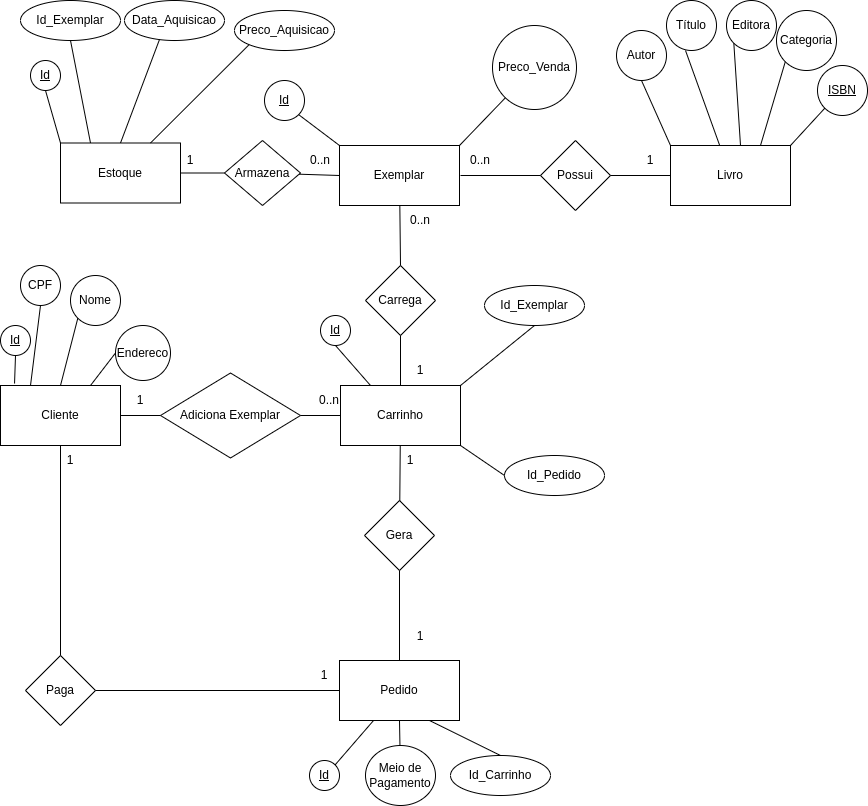
matheusreis041987/LivrariaLdwBackEnd keeps this draw.io diagram as docs/modelo_entidade_relacionamento/DER Livraria LDW.png. Above is the earlier version. Source tidied: cells renumbered, new cells last; positions are measured from the earlier drawing's top-left corner, leaving out a move shared by most shapes.
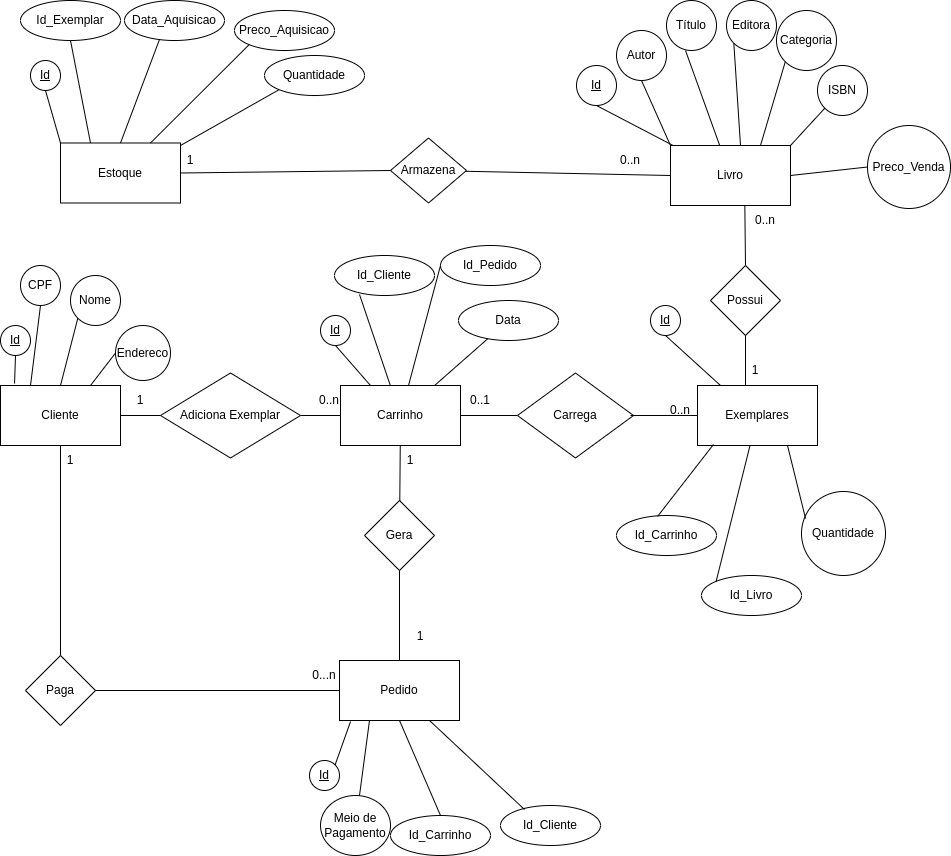
Later version of the same file.

Commit message:
der retrabalhado apos reflexoes do modelo relacional

Change to the diagram source:
```diff
@@ -2,12 +2,6 @@
   <root>
     <mxCell id="0" />
     <mxCell id="1" parent="0" />
-    <mxCell id="2" value="Exemplar" style="rounded=0;whiteSpace=wrap;html=1;" parent="1" vertex="1">
-      <mxGeometry x="339" y="145" width="120" height="60" as="geometry" />
-    </mxCell>
-    <mxCell id="3" value="&lt;u&gt;Id&lt;/u&gt;" style="ellipse;whiteSpace=wrap;html=1;" parent="1" vertex="1">
-      <mxGeometry x="264" y="80" width="40" height="40" as="geometry" />
-    </mxCell>
     <mxCell id="4" value="Autor" style="ellipse;whiteSpace=wrap;html=1;" parent="1" vertex="1">
       <mxGeometry x="616" y="30" width="50" height="50" as="geometry" />
     </mxCell>
@@ -20,9 +14,6 @@
     <mxCell id="7" value="Categoria" style="ellipse;whiteSpace=wrap;html=1;" parent="1" vertex="1">
       <mxGeometry x="776" y="10" width="60" height="60" as="geometry" />
     </mxCell>
-    <mxCell id="8" style="endArrow=none;html=1;rounded=0;entryX=1;entryY=1;entryDx=0;entryDy=0;exitX=0;exitY=0;exitDx=0;exitDy=0;" parent="1" edge="1" source="2" target="3">
-      <mxGeometry relative="1" as="geometry" />
-    </mxCell>
     <mxCell id="9" style="endArrow=none;html=1;rounded=0;entryX=0.5;entryY=1;entryDx=0;entryDy=0;exitX=0;exitY=0;exitDx=0;exitDy=0;" parent="1" edge="1" source="43" target="4">
       <mxGeometry relative="1" as="geometry" />
     </mxCell>
@@ -46,8 +37,8 @@
     <mxCell id="15" value="Cliente" style="rounded=0;whiteSpace=wrap;html=1;" parent="1" vertex="1">
       <mxGeometry y="385" width="120" height="60" as="geometry" />
     </mxCell>
-    <mxCell id="16" value="Carrega" style="rhombus;whiteSpace=wrap;html=1;" parent="1" vertex="1">
-      <mxGeometry x="365" y="265" width="70" height="70" as="geometry" />
+    <mxCell id="16" value="Possui" style="rhombus;whiteSpace=wrap;html=1;" parent="1" vertex="1">
+      <mxGeometry x="710" y="265" width="70" height="70" as="geometry" />
     </mxCell>
     <mxCell id="17" style="endArrow=none;html=1;rounded=0;entryX=0;entryY=0.5;entryDx=0;entryDy=0;" parent="1" edge="1" target="14">
       <mxGeometry relative="1" as="geometry">
@@ -59,23 +50,21 @@
         <mxPoint x="300" y="415" as="sourcePoint" />
       </mxGeometry>
     </mxCell>
-    <mxCell id="19" value="Id_Exemplar" style="ellipse;whiteSpace=wrap;html=1;" parent="1" vertex="1">
-      <mxGeometry x="484" y="285" width="100" height="40" as="geometry" />
-    </mxCell>
-    <mxCell id="20" style="endArrow=none;html=1;rounded=0;entryX=0.5;entryY=1;entryDx=0;entryDy=0;exitX=1;exitY=0;exitDx=0;exitDy=0;" parent="1" edge="1" source="13" target="19">
-      <mxGeometry relative="1" as="geometry" />
-    </mxCell>
-    <mxCell id="21" style="endArrow=none;html=1;rounded=0;exitX=0.5;exitY=0;exitDx=0;exitDy=0;entryX=0.5;entryY=1;entryDx=0;entryDy=0;" parent="1" edge="1" source="13" target="16">
-      <mxGeometry relative="1" as="geometry" />
+    <mxCell id="21" style="endArrow=none;html=1;rounded=0;exitX=0.5;exitY=0;exitDx=0;exitDy=0;entryX=0.5;entryY=1;entryDx=0;entryDy=0;" parent="1" edge="1" target="16">
+      <mxGeometry relative="1" as="geometry">
+        <mxPoint x="745" y="385" as="sourcePoint" />
+      </mxGeometry>
     </mxCell>
-    <mxCell id="22" style="endArrow=none;html=1;rounded=0;exitX=0.5;exitY=0;exitDx=0;exitDy=0;" parent="1" edge="1" source="16" target="2">
-      <mxGeometry relative="1" as="geometry" />
+    <mxCell id="22" style="endArrow=none;html=1;rounded=0;exitX=0.5;exitY=0;exitDx=0;exitDy=0;" parent="1" edge="1" source="16">
+      <mxGeometry relative="1" as="geometry">
+        <mxPoint x="744.3" y="205" as="targetPoint" />
+      </mxGeometry>
     </mxCell>
     <mxCell id="23" value="0..n" style="text;html=1;strokeColor=none;fillColor=none;align=center;verticalAlign=middle;whiteSpace=wrap;rounded=0;" parent="1" vertex="1">
-      <mxGeometry x="390" y="205" width="60" height="30" as="geometry" />
+      <mxGeometry x="735" y="205" width="60" height="30" as="geometry" />
     </mxCell>
     <mxCell id="24" value="1" style="text;html=1;strokeColor=none;fillColor=none;align=center;verticalAlign=middle;whiteSpace=wrap;rounded=0;" parent="1" vertex="1">
-      <mxGeometry x="390" y="355" width="60" height="30" as="geometry" />
+      <mxGeometry x="735" y="355" width="40" height="30" as="geometry" />
     </mxCell>
     <mxCell id="25" value="0..n" style="text;html=1;strokeColor=none;fillColor=none;align=center;verticalAlign=middle;whiteSpace=wrap;rounded=0;" parent="1" vertex="1">
       <mxGeometry x="299" y="385" width="60" height="30" as="geometry" />
@@ -113,61 +102,38 @@
     <mxCell id="36" value="1" style="text;html=1;strokeColor=none;fillColor=none;align=center;verticalAlign=middle;whiteSpace=wrap;rounded=0;" parent="1" vertex="1">
       <mxGeometry x="40" y="445" width="60" height="30" as="geometry" />
     </mxCell>
-    <mxCell id="37" value="1" style="text;html=1;strokeColor=none;fillColor=none;align=center;verticalAlign=middle;whiteSpace=wrap;rounded=0;" parent="1" vertex="1">
+    <mxCell id="37" value="0...n" style="text;html=1;strokeColor=none;fillColor=none;align=center;verticalAlign=middle;whiteSpace=wrap;rounded=0;" parent="1" vertex="1">
       <mxGeometry x="294" y="660" width="60" height="30" as="geometry" />
     </mxCell>
-    <mxCell id="38" value="Preco_Venda" style="ellipse;whiteSpace=wrap;html=1;" parent="1" vertex="1">
-      <mxGeometry x="492" y="25" width="84" height="84" as="geometry" />
-    </mxCell>
-    <mxCell id="39" style="endArrow=none;html=1;rounded=0;exitX=1;exitY=0;exitDx=0;exitDy=0;" parent="1" edge="1" source="2" target="38">
-      <mxGeometry relative="1" as="geometry" />
-    </mxCell>
     <mxCell id="40" value="Meio de Pagamento" style="ellipse;whiteSpace=wrap;html=1;" parent="1" vertex="1">
-      <mxGeometry x="365" y="745" width="70" height="60" as="geometry" />
+      <mxGeometry x="320" y="795" width="70" height="60" as="geometry" />
     </mxCell>
-    <mxCell id="41" style="endArrow=none;html=1;rounded=0;exitX=0.5;exitY=1;exitDx=0;exitDy=0;" parent="1" edge="1" source="29" target="40">
+    <mxCell id="41" style="endArrow=none;html=1;rounded=0;exitX=0.25;exitY=1;exitDx=0;exitDy=0;" parent="1" edge="1" source="29" target="40">
       <mxGeometry relative="1" as="geometry" />
     </mxCell>
-    <mxCell id="42" value="Possui" style="rhombus;whiteSpace=wrap;html=1;" parent="1" vertex="1">
-      <mxGeometry x="540" y="140" width="70" height="70" as="geometry" />
-    </mxCell>
     <mxCell id="43" value="Livro" style="rounded=0;whiteSpace=wrap;html=1;" parent="1" vertex="1">
       <mxGeometry x="670" y="145" width="120" height="60" as="geometry" />
     </mxCell>
-    <mxCell id="44" style="endArrow=none;html=1;rounded=0;entryX=0;entryY=0.5;entryDx=0;entryDy=0;" parent="1" edge="1" target="42">
-      <mxGeometry relative="1" as="geometry">
-        <mxPoint x="460" y="175" as="sourcePoint" />
-      </mxGeometry>
-    </mxCell>
-    <mxCell id="45" value="&lt;u&gt;ISBN&lt;/u&gt;" style="ellipse;whiteSpace=wrap;html=1;" parent="1" vertex="1">
+    <mxCell id="45" value="ISBN" style="ellipse;whiteSpace=wrap;html=1;" parent="1" vertex="1">
       <mxGeometry x="817" y="65" width="50" height="50" as="geometry" />
     </mxCell>
     <mxCell id="46" style="endArrow=none;html=1;rounded=0;entryX=0;entryY=1;entryDx=0;entryDy=0;exitX=1;exitY=0;exitDx=0;exitDy=0;" parent="1" edge="1" source="43" target="45">
       <mxGeometry relative="1" as="geometry" />
     </mxCell>
-    <mxCell id="47" style="endArrow=none;html=1;rounded=0;entryX=0;entryY=0.5;entryDx=0;entryDy=0;exitX=1;exitY=0.5;exitDx=0;exitDy=0;" parent="1" edge="1" source="42" target="43">
-      <mxGeometry relative="1" as="geometry" />
-    </mxCell>
-    <mxCell id="48" value="0..n" style="text;html=1;strokeColor=none;fillColor=none;align=center;verticalAlign=middle;whiteSpace=wrap;rounded=0;" parent="1" vertex="1">
-      <mxGeometry x="450" y="145" width="60" height="30" as="geometry" />
-    </mxCell>
-    <mxCell id="49" value="1" style="text;html=1;strokeColor=none;fillColor=none;align=center;verticalAlign=middle;whiteSpace=wrap;rounded=0;" parent="1" vertex="1">
-      <mxGeometry x="630" y="145" width="40" height="30" as="geometry" />
-    </mxCell>
     <mxCell id="50" value="Estoque" style="rounded=0;whiteSpace=wrap;html=1;" parent="1" vertex="1">
       <mxGeometry x="60" y="142.5" width="120" height="60" as="geometry" />
     </mxCell>
     <mxCell id="51" value="Armazena" style="rhombus;whiteSpace=wrap;html=1;" parent="1" vertex="1">
-      <mxGeometry x="224" y="140" width="76" height="65" as="geometry" />
+      <mxGeometry x="390" y="137.5" width="76" height="65" as="geometry" />
     </mxCell>
-    <mxCell id="52" style="endArrow=none;html=1;rounded=0;entryX=0;entryY=0.5;entryDx=0;entryDy=0;" parent="1" edge="1" source="51" target="2">
+    <mxCell id="52" style="endArrow=none;html=1;rounded=0;entryX=0;entryY=0.5;entryDx=0;entryDy=0;" parent="1" edge="1" source="51" target="43">
       <mxGeometry relative="1" as="geometry" />
     </mxCell>
     <mxCell id="53" style="endArrow=none;html=1;rounded=0;entryX=0;entryY=0.5;entryDx=0;entryDy=0;exitX=1;exitY=0.5;exitDx=0;exitDy=0;" parent="1" edge="1" source="50" target="51">
       <mxGeometry relative="1" as="geometry" />
     </mxCell>
     <mxCell id="54" value="0..n" style="text;html=1;strokeColor=none;fillColor=none;align=center;verticalAlign=middle;whiteSpace=wrap;rounded=0;" parent="1" vertex="1">
-      <mxGeometry x="290" y="145" width="60" height="30" as="geometry" />
+      <mxGeometry x="600" y="145" width="60" height="30" as="geometry" />
     </mxCell>
     <mxCell id="55" value="1" style="text;html=1;strokeColor=none;fillColor=none;align=center;verticalAlign=middle;whiteSpace=wrap;rounded=0;" parent="1" vertex="1">
       <mxGeometry x="170" y="145" width="40" height="30" as="geometry" />
@@ -197,9 +163,9 @@
       <mxGeometry relative="1" as="geometry" />
     </mxCell>
     <mxCell id="64" value="Id_Pedido" style="ellipse;whiteSpace=wrap;html=1;" parent="1" vertex="1">
-      <mxGeometry x="504" y="455" width="100" height="40" as="geometry" />
+      <mxGeometry x="440" y="245" width="100" height="40" as="geometry" />
     </mxCell>
-    <mxCell id="65" style="endArrow=none;html=1;rounded=0;entryX=0;entryY=0.5;entryDx=0;entryDy=0;exitX=1;exitY=1;exitDx=0;exitDy=0;" parent="1" edge="1" source="13" target="64">
+    <mxCell id="65" style="endArrow=none;html=1;rounded=0;entryX=0;entryY=0.5;entryDx=0;entryDy=0;" parent="1" edge="1" source="13" target="64">
       <mxGeometry relative="1" as="geometry" />
     </mxCell>
     <mxCell id="66" value="&lt;u&gt;Id&lt;/u&gt;" style="ellipse;whiteSpace=wrap;html=1;" parent="1" vertex="1">
@@ -211,13 +177,13 @@
     <mxCell id="68" value="&lt;u&gt;Id&lt;/u&gt;" style="ellipse;whiteSpace=wrap;html=1;" parent="1" vertex="1">
       <mxGeometry x="309" y="760" width="30" height="30" as="geometry" />
     </mxCell>
-    <mxCell id="69" style="endArrow=none;html=1;rounded=0;exitX=1;exitY=0;exitDx=0;exitDy=0;" parent="1" edge="1" source="68" target="29">
+    <mxCell id="69" style="endArrow=none;html=1;rounded=0;exitX=1;exitY=0;exitDx=0;exitDy=0;entryX=0.092;entryY=1.017;entryDx=0;entryDy=0;entryPerimeter=0;" parent="1" edge="1" source="68" target="29">
       <mxGeometry relative="1" as="geometry" />
     </mxCell>
     <mxCell id="70" value="Id_Carrinho" style="ellipse;whiteSpace=wrap;html=1;" parent="1" vertex="1">
-      <mxGeometry x="450" y="755" width="100" height="40" as="geometry" />
+      <mxGeometry x="390" y="815" width="100" height="40" as="geometry" />
     </mxCell>
-    <mxCell id="71" style="endArrow=none;html=1;rounded=0;entryX=0.5;entryY=0;entryDx=0;entryDy=0;exitX=0.75;exitY=1;exitDx=0;exitDy=0;" parent="1" edge="1" source="29" target="70">
+    <mxCell id="71" style="endArrow=none;html=1;rounded=0;entryX=0.5;entryY=0;entryDx=0;entryDy=0;exitX=0.5;exitY=1;exitDx=0;exitDy=0;" parent="1" edge="1" source="29" target="70">
       <mxGeometry relative="1" as="geometry" />
     </mxCell>
     <mxCell id="72" value="&lt;u&gt;Id&lt;/u&gt;" style="ellipse;whiteSpace=wrap;html=1;" parent="1" vertex="1">
@@ -244,5 +210,87 @@
     <mxCell id="79" style="endArrow=none;html=1;rounded=0;entryX=0;entryY=1;entryDx=0;entryDy=0;exitX=0.75;exitY=0;exitDx=0;exitDy=0;" parent="1" edge="1" source="50" target="78">
       <mxGeometry relative="1" as="geometry" />
     </mxCell>
+    <mxCell id="80" value="&lt;u&gt;Id&lt;/u&gt;" style="ellipse;whiteSpace=wrap;html=1;" parent="1" vertex="1">
+      <mxGeometry x="576" y="65" width="40" height="40" as="geometry" />
+    </mxCell>
+    <mxCell id="81" style="endArrow=none;html=1;rounded=0;entryX=0.5;entryY=1;entryDx=0;entryDy=0;" parent="1" edge="1" source="43" target="80">
+      <mxGeometry relative="1" as="geometry" />
+    </mxCell>
+    <mxCell id="82" value="Id_Cliente" style="ellipse;whiteSpace=wrap;html=1;" parent="1" vertex="1">
+      <mxGeometry x="334" y="255" width="100" height="40" as="geometry" />
+    </mxCell>
+    <mxCell id="83" style="endArrow=none;html=1;rounded=0;entryX=0.25;entryY=0.975;entryDx=0;entryDy=0;entryPerimeter=0;" parent="1" edge="1" source="13" target="82">
+      <mxGeometry relative="1" as="geometry" />
+    </mxCell>
+    <mxCell id="84" value="Exemplares" style="rounded=0;whiteSpace=wrap;html=1;" parent="1" vertex="1">
+      <mxGeometry x="697" y="385" width="120" height="60" as="geometry" />
+    </mxCell>
+    <mxCell id="85" value="Carrega" style="rhombus;whiteSpace=wrap;html=1;" parent="1" vertex="1">
+      <mxGeometry x="517" y="372.5" width="116" height="85" as="geometry" />
+    </mxCell>
+    <mxCell id="86" style="endArrow=none;html=1;rounded=0;exitX=1;exitY=0.5;exitDx=0;exitDy=0;" parent="1" edge="1" source="13" target="85">
+      <mxGeometry relative="1" as="geometry" />
+    </mxCell>
+    <mxCell id="87" style="endArrow=none;html=1;rounded=0;entryX=0;entryY=0.5;entryDx=0;entryDy=0;" parent="1" edge="1" target="84">
+      <mxGeometry relative="1" as="geometry">
+        <mxPoint x="630" y="415" as="sourcePoint" />
+      </mxGeometry>
+    </mxCell>
+    <mxCell id="48" value="0..n" style="text;html=1;strokeColor=none;fillColor=none;align=center;verticalAlign=middle;whiteSpace=wrap;rounded=0;" parent="1" vertex="1">
+      <mxGeometry x="650" y="395" width="60" height="30" as="geometry" />
+    </mxCell>
+    <mxCell id="88" value="0..1" style="text;html=1;strokeColor=none;fillColor=none;align=center;verticalAlign=middle;whiteSpace=wrap;rounded=0;" parent="1" vertex="1">
+      <mxGeometry x="450" y="385" width="60" height="30" as="geometry" />
+    </mxCell>
+    <mxCell id="89" value="Id_Carrinho" style="ellipse;whiteSpace=wrap;html=1;" parent="1" vertex="1">
+      <mxGeometry x="616" y="515" width="100" height="40" as="geometry" />
+    </mxCell>
+    <mxCell id="90" style="endArrow=none;html=1;rounded=0;entryX=0.133;entryY=0.983;entryDx=0;entryDy=0;entryPerimeter=0;exitX=0.41;exitY=0.025;exitDx=0;exitDy=0;exitPerimeter=0;" parent="1" edge="1" source="89" target="84">
+      <mxGeometry relative="1" as="geometry" />
+    </mxCell>
+    <mxCell id="91" value="Id_Livro" style="ellipse;whiteSpace=wrap;html=1;" parent="1" vertex="1">
+      <mxGeometry x="701" y="575" width="100" height="40" as="geometry" />
+    </mxCell>
+    <mxCell id="92" style="endArrow=none;html=1;rounded=0;exitX=0;exitY=0;exitDx=0;exitDy=0;" parent="1" edge="1" source="91" target="84">
+      <mxGeometry relative="1" as="geometry" />
+    </mxCell>
+    <mxCell id="93" value="Id_Cliente" style="ellipse;whiteSpace=wrap;html=1;" parent="1" vertex="1">
+      <mxGeometry x="500" y="805" width="100" height="40" as="geometry" />
+    </mxCell>
+    <mxCell id="94" style="endArrow=none;html=1;rounded=0;entryX=0.24;entryY=0.1;entryDx=0;entryDy=0;entryPerimeter=0;exitX=0.75;exitY=1;exitDx=0;exitDy=0;" parent="1" edge="1" source="29" target="93">
+      <mxGeometry relative="1" as="geometry" />
+    </mxCell>
+    <mxCell id="95" value="&lt;u&gt;Id&lt;/u&gt;" style="ellipse;whiteSpace=wrap;html=1;" parent="1" vertex="1">
+      <mxGeometry x="650" y="305" width="30" height="30" as="geometry" />
+    </mxCell>
+    <mxCell id="96" style="endArrow=none;html=1;rounded=0;entryX=0.5;entryY=1;entryDx=0;entryDy=0;" parent="1" edge="1" target="95">
+      <mxGeometry relative="1" as="geometry">
+        <mxPoint x="720" y="385" as="sourcePoint" />
+      </mxGeometry>
+    </mxCell>
+    <mxCell id="97" value="Data" style="ellipse;whiteSpace=wrap;html=1;" parent="1" vertex="1">
+      <mxGeometry x="458" y="300" width="100" height="40" as="geometry" />
+    </mxCell>
+    <mxCell id="98" style="endArrow=none;html=1;rounded=0;" parent="1" edge="1" source="13" target="97">
+      <mxGeometry relative="1" as="geometry" />
+    </mxCell>
+    <mxCell id="99" value="Quantidade" style="ellipse;whiteSpace=wrap;html=1;" parent="1" vertex="1">
+      <mxGeometry x="264" y="55" width="100" height="40" as="geometry" />
+    </mxCell>
+    <mxCell id="100" style="endArrow=none;html=1;rounded=0;entryX=0;entryY=1;entryDx=0;entryDy=0;exitX=0.25;exitY=0;exitDx=0;exitDy=0;" parent="1" edge="1" source="55" target="99">
+      <mxGeometry relative="1" as="geometry" />
+    </mxCell>
+    <mxCell id="101" value="Quantidade" style="ellipse;whiteSpace=wrap;html=1;" parent="1" vertex="1">
+      <mxGeometry x="801" y="491" width="84" height="84" as="geometry" />
+    </mxCell>
+    <mxCell id="102" style="endArrow=none;html=1;rounded=0;entryX=0.75;entryY=1;entryDx=0;entryDy=0;exitX=0.048;exitY=0.321;exitDx=0;exitDy=0;exitPerimeter=0;" parent="1" edge="1" source="101" target="84">
+      <mxGeometry relative="1" as="geometry" />
+    </mxCell>
+    <mxCell id="38" value="Preco_Venda" style="ellipse;whiteSpace=wrap;html=1;" parent="1" vertex="1">
+      <mxGeometry x="867" y="125" width="83" height="83" as="geometry" />
+    </mxCell>
+    <mxCell id="103" style="endArrow=none;html=1;rounded=0;entryX=0;entryY=0.5;entryDx=0;entryDy=0;exitX=1;exitY=0.5;exitDx=0;exitDy=0;" parent="1" edge="1" source="43" target="38">
+      <mxGeometry relative="1" as="geometry" />
+    </mxCell>
   </root>
 </mxGraphModel>
```
